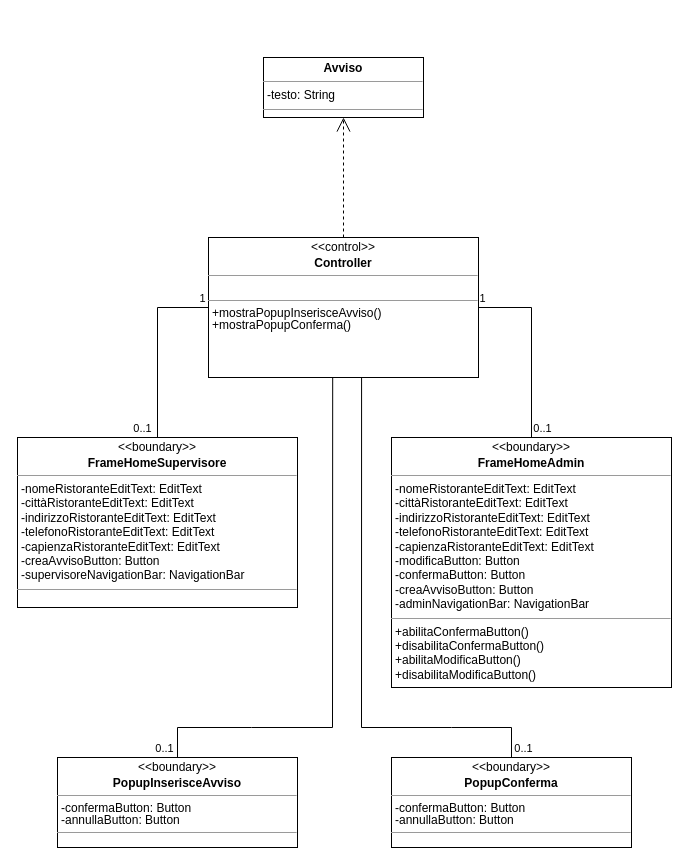
Earlier version of the draw.io diagram Documentazione/Class Diagram/Analisi/drawio/Analysis Class Diagram - Inserisce Avviso.drawio (vittorioruggiero/Progetto-IngSw). Source tidied: cells renumbered, new cells numbered last; positions are measured from the earlier drawing's top-left corner, leaving out a move shared by most shapes. Both pictures are drawn from the tidied source at 100%, with x=0, y=0 at pixel (17, 57).
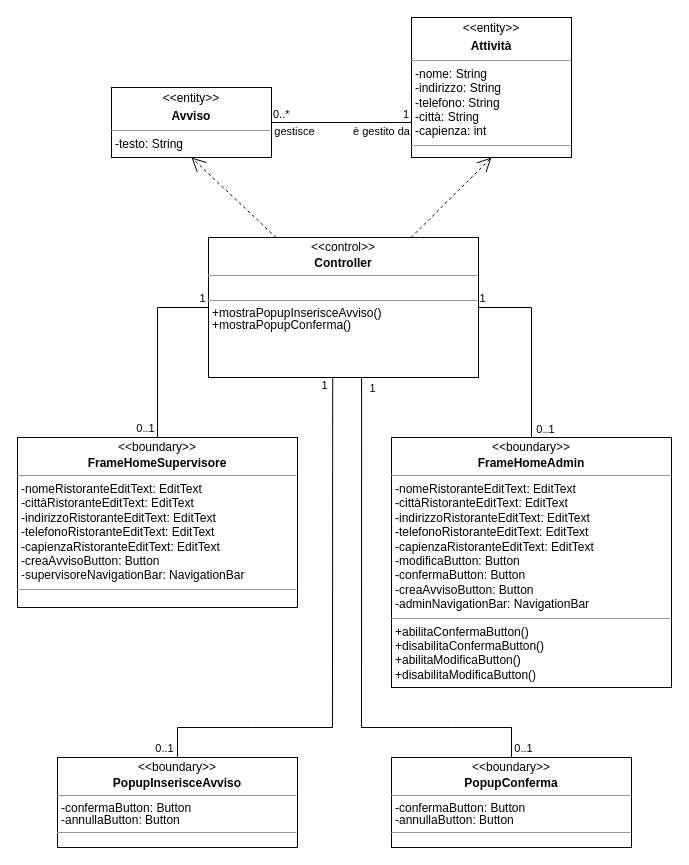
Above is the later version.

The change refers to these unchanged cells:
```xml
<mxCell id="5" value="&lt;p style=&quot;margin: 4px 0px 0px; text-align: center; line-height: 100%;&quot;&gt;&amp;lt;&amp;lt;control&amp;gt;&amp;gt;&lt;/p&gt;&lt;p style=&quot;margin: 4px 0px 0px; text-align: center; line-height: 100%;&quot;&gt;&lt;b&gt;Controller&lt;/b&gt;&lt;/p&gt;&lt;hr size=&quot;1&quot;&gt;&lt;p style=&quot;margin: 0px 0px 0px 4px; line-height: 100%;&quot;&gt;&lt;br&gt;&lt;/p&gt;&lt;hr size=&quot;1&quot;&gt;&lt;p style=&quot;margin: 0px 0px 0px 4px; line-height: 100%;&quot;&gt;&lt;span style=&quot;background-color: initial;&quot;&gt;+mostraPopupInserisceAvviso()&lt;/span&gt;&lt;br&gt;&lt;/p&gt;&lt;p style=&quot;margin: 0px 0px 0px 4px; line-height: 100%;&quot;&gt;+mostraPopupConferma()&lt;/p&gt;&lt;p style=&quot;margin: 0px 0px 0px 4px; line-height: 100%;&quot;&gt;&lt;br&gt;&lt;/p&gt;" style="verticalAlign=top;align=left;overflow=fill;fontSize=12;fontFamily=Helvetica;html=1;" parent="1" vertex="1">
  <mxGeometry x="191" y="180" width="270" height="140" as="geometry" />
</mxCell>
<mxCell id="6" style="endArrow=none;html=1;rounded=0;exitX=0.5;exitY=0;exitDx=0;exitDy=0;entryX=1;entryY=0.5;entryDx=0;entryDy=0;" parent="1" edge="1" source="2" target="5">
  <mxGeometry relative="1" as="geometry">
    <Array as="points">
      <mxPoint x="514" y="250" />
    </Array>
  </mxGeometry>
</mxCell>
<mxCell id="10" style="endArrow=none;html=1;rounded=0;entryX=0;entryY=0.5;entryDx=0;entryDy=0;exitX=0.5;exitY=0;exitDx=0;exitDy=0;" parent="1" edge="1" source="9" target="5">
  <mxGeometry relative="1" as="geometry">
    <Array as="points">
      <mxPoint x="140" y="250" />
    </Array>
  </mxGeometry>
</mxCell>
<mxCell id="13" style="endArrow=none;html=1;rounded=0;entryX=0.46;entryY=1.001;entryDx=0;entryDy=0;entryPerimeter=0;exitX=0.5;exitY=0;exitDx=0;exitDy=0;" parent="1" edge="1" source="3" target="5">
  <mxGeometry relative="1" as="geometry">
    <Array as="points">
      <mxPoint x="160" y="670" />
      <mxPoint x="234" y="670" />
      <mxPoint x="315" y="670" />
    </Array>
  </mxGeometry>
</mxCell>
<mxCell id="15" style="endArrow=none;html=1;rounded=0;entryX=0.567;entryY=1;entryDx=0;entryDy=0;entryPerimeter=0;exitX=0.5;exitY=0;exitDx=0;exitDy=0;" parent="1" edge="1" source="4" target="5">
  <mxGeometry relative="1" as="geometry">
    <Array as="points">
      <mxPoint x="494" y="670" />
      <mxPoint x="434" y="670" />
      <mxPoint x="344" y="670" />
    </Array>
  </mxGeometry>
</mxCell>
```

The edit, as a diff of the source:
```diff
@@
-    <mxCell id="7" value="0..1" style="edgeLabel;html=1;align=center;verticalAlign=middle;" parent="6" vertex="1">
+    <mxCell id="7" value="0..1" style="edgeLabel;html=1;align=center;verticalAlign=middle;labelBackgroundColor=none;" parent="6" vertex="1">
       <mxGeometry x="-0.18" y="-2" relative="1" as="geometry">
-        <mxPoint x="8" y="65" as="offset" />
+        <mxPoint x="11" y="66" as="offset" />
       </mxGeometry>
     </mxCell>
@@
     <mxCell id="11" value="0..1" style="edgeLabel;html=1;align=center;verticalAlign=middle;" parent="10" vertex="1">
       <mxGeometry x="0.25" y="-1" relative="1" as="geometry">
-        <mxPoint x="-17" y="103" as="offset" />
+        <mxPoint x="-14" y="103" as="offset" />
       </mxGeometry>
     </mxCell>
@@
+    <mxCell id="19" value="1" style="edgeLabel;html=1;align=center;verticalAlign=middle;labelBackgroundColor=none;" parent="13" vertex="1">
+      <mxGeometry x="0.91" y="-1" relative="1" as="geometry">
+        <mxPoint x="-10" y="-17" as="offset" />
+      </mxGeometry>
+    </mxCell>
@@
+    <mxCell id="20" value="1" style="edgeLabel;html=1;align=center;verticalAlign=middle;labelBackgroundColor=none;" parent="15" vertex="1">
+      <mxGeometry x="0.95" y="-2" relative="1" as="geometry">
+        <mxPoint x="8" y="-3" as="offset" />
+      </mxGeometry>
+    </mxCell>
-    <mxCell id="17" value="&lt;p style=&quot;margin:0px;margin-top:4px;text-align:center;&quot;&gt;&lt;b&gt;Avviso&lt;/b&gt;&lt;/p&gt;&lt;hr size=&quot;1&quot;&gt;&lt;p style=&quot;margin:0px;margin-left:4px;&quot;&gt;-testo: String&lt;/p&gt;&lt;hr size=&quot;1&quot;&gt;&lt;p style=&quot;margin:0px;margin-left:4px;&quot;&gt;&lt;br&gt;&lt;/p&gt;" style="verticalAlign=top;align=left;overflow=fill;fontSize=12;fontFamily=Helvetica;html=1;" parent="1" vertex="1">
-      <mxGeometry x="246" width="160" height="60" as="geometry" />
+    <mxCell id="17" value="&lt;p style=&quot;margin:0px;margin-top:4px;text-align:center;&quot;&gt;&amp;lt;&amp;lt;entity&amp;gt;&amp;gt;&lt;/p&gt;&lt;p style=&quot;margin:0px;margin-top:4px;text-align:center;&quot;&gt;&lt;b&gt;Avviso&lt;/b&gt;&lt;/p&gt;&lt;hr size=&quot;1&quot;&gt;&lt;p style=&quot;margin:0px;margin-left:4px;&quot;&gt;-testo: String&lt;/p&gt;&lt;hr size=&quot;1&quot;&gt;&lt;p style=&quot;margin:0px;margin-left:4px;&quot;&gt;&lt;br&gt;&lt;/p&gt;" style="verticalAlign=top;align=left;overflow=fill;fontSize=12;fontFamily=Helvetica;html=1;" parent="1" vertex="1">
+      <mxGeometry x="94" y="30" width="160" height="70" as="geometry" />
     </mxCell>
-    <mxCell id="18" style="endArrow=open;endSize=12;dashed=1;html=1;rounded=0;entryX=0.5;entryY=1;entryDx=0;entryDy=0;exitX=0.5;exitY=0;exitDx=0;exitDy=0;" parent="1" edge="1" source="5" target="17">
+    <mxCell id="18" style="endArrow=open;endSize=12;dashed=1;html=1;rounded=0;entryX=0.5;entryY=1;entryDx=0;entryDy=0;exitX=0.25;exitY=0;exitDx=0;exitDy=0;" parent="1" edge="1" source="5" target="17">
       <mxGeometry relative="1" as="geometry" />
     </mxCell>
+    <mxCell id="21" value="&lt;p style=&quot;margin:0px;margin-top:4px;text-align:center;&quot;&gt;&amp;lt;&amp;lt;entity&amp;gt;&amp;gt;&lt;/p&gt;&lt;p style=&quot;margin:0px;margin-top:4px;text-align:center;&quot;&gt;&lt;b&gt;Attività&lt;/b&gt;&lt;/p&gt;&lt;hr size=&quot;1&quot;&gt;&lt;p style=&quot;margin:0px;margin-left:4px;&quot;&gt;-nome: String&lt;/p&gt;&lt;p style=&quot;margin:0px;margin-left:4px;&quot;&gt;-indirizzo: String&lt;/p&gt;&lt;p style=&quot;margin:0px;margin-left:4px;&quot;&gt;-telefono: String&lt;/p&gt;&lt;p style=&quot;margin:0px;margin-left:4px;&quot;&gt;-città: String&lt;/p&gt;&lt;p style=&quot;margin:0px;margin-left:4px;&quot;&gt;-capienza: int&lt;/p&gt;&lt;hr size=&quot;1&quot;&gt;&lt;p style=&quot;margin:0px;margin-left:4px;&quot;&gt;&lt;br&gt;&lt;/p&gt;" style="verticalAlign=top;align=left;overflow=fill;fontSize=12;fontFamily=Helvetica;html=1;labelBackgroundColor=none;" parent="1" vertex="1">
+      <mxGeometry x="394" y="-40" width="160" height="140" as="geometry" />
+    </mxCell>
+    <mxCell id="22" style="endArrow=open;endSize=12;dashed=1;html=1;rounded=0;entryX=0.5;entryY=1;entryDx=0;entryDy=0;exitX=0.75;exitY=0;exitDx=0;exitDy=0;" parent="1" edge="1" source="5" target="21">
+      <mxGeometry relative="1" as="geometry" />
+    </mxCell>
+    <mxCell id="23" style="endArrow=none;html=1;edgeStyle=orthogonalEdgeStyle;rounded=0;exitX=1;exitY=0.5;exitDx=0;exitDy=0;entryX=0;entryY=0.75;entryDx=0;entryDy=0;" parent="1" edge="1" source="17" target="21">
+      <mxGeometry relative="1" as="geometry" />
+    </mxCell>
+    <mxCell id="24" value="0..*" style="edgeLabel;html=1;align=left;verticalAlign=bottom;labelBackgroundColor=none;" parent="23" vertex="1">
+      <mxGeometry x="-1" relative="1" as="geometry" />
+    </mxCell>
+    <mxCell id="25" value="1" style="edgeLabel;html=1;align=right;verticalAlign=bottom;labelBackgroundColor=none;" parent="23" vertex="1">
+      <mxGeometry x="1" relative="1" as="geometry">
+        <mxPoint x="-2" as="offset" />
+      </mxGeometry>
+    </mxCell>
+    <mxCell id="26" value="gestisce" style="edgeLabel;html=1;align=center;verticalAlign=middle;labelBackgroundColor=none;" parent="23" vertex="1">
+      <mxGeometry x="-0.19" y="-1" relative="1" as="geometry">
+        <mxPoint x="-35" y="7" as="offset" />
+      </mxGeometry>
+    </mxCell>
+    <mxCell id="27" value="è gestito da" style="edgeLabel;html=1;align=center;verticalAlign=middle;labelBackgroundColor=none;" parent="23" vertex="1">
+      <mxGeometry x="0.26" y="-2" relative="1" as="geometry">
+        <mxPoint x="21" y="7" as="offset" />
+      </mxGeometry>
+    </mxCell>
```
